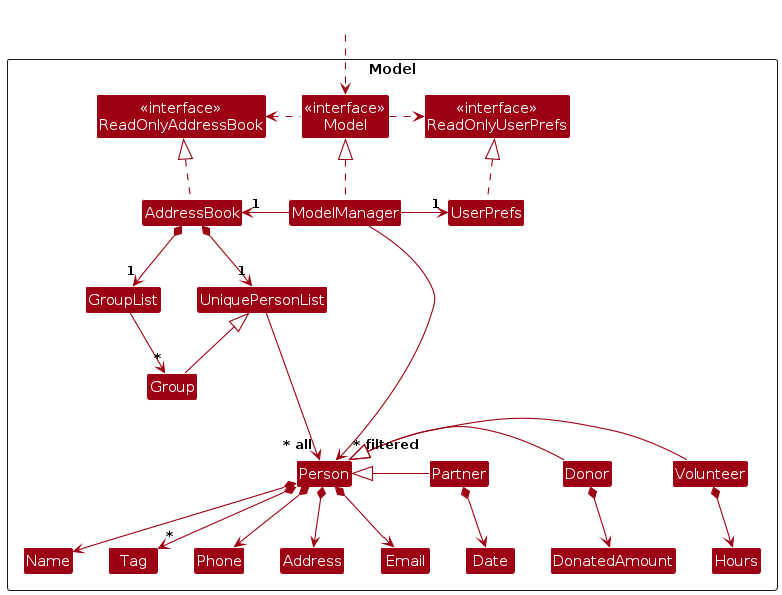
Before: diagrams/ModelClassDiagram.png, a diagram exported from PlantUML (AY2425S1-CS2103T-T16-3/tp). Its source is kept beside it as diagrams/ModelClassDiagram.puml.
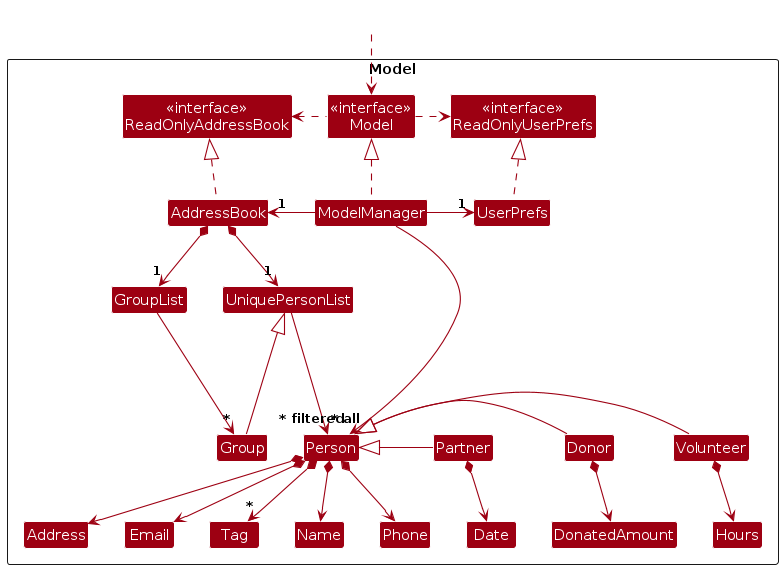
Above is the later version.

What changed in the source:
```diff
@@ -59,6 +59,7 @@
 Volunteer -left-|> Person
 Donor -left-|> Person
 Partner -left-|> Person
+Person -[hidden]right- Group
 Volunteer *-->Hours
 Donor *--> DonatedAmount
 Partner *--> Date
```
